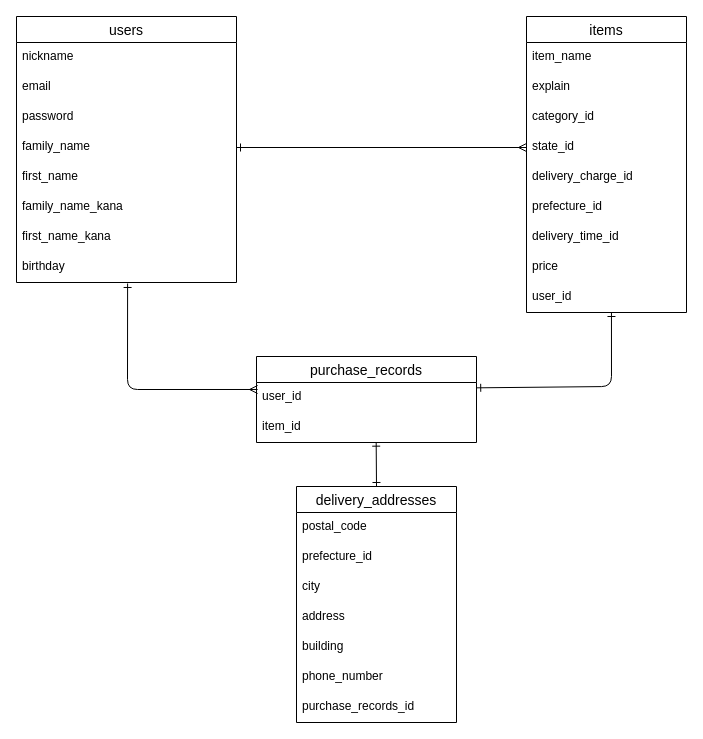
Before: ER.dio in shindo244244/furima-38732, a draw.io diagram. Source tidied: cells renumbered, new cells numbered last; positions are measured from the earlier drawing's top-left corner, leaving out a move shared by most shapes. Both pictures are drawn from the tidied source at 100%, with x=0, y=0 at pixel (16, 16).
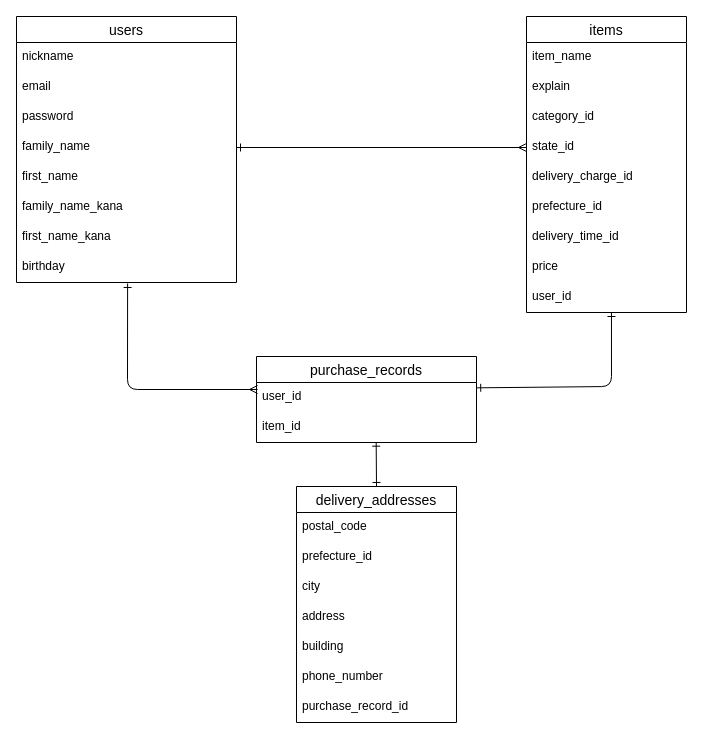
The same diagram, later.

The change refers to these unchanged cells:
```xml
<mxCell id="24" value="delivery_addresses" style="swimlane;fontStyle=0;horizontal=1;startSize=26;align=center;fontSize=14;" parent="1" vertex="1">
  <mxGeometry x="280" y="470" width="160" height="236" as="geometry" />
</mxCell>
```

What changed in the source:
```diff
@@
-    <mxCell id="31" value="purchase_records_id" style="text;strokeColor=none;fillColor=none;spacingLeft=4;spacingRight=4;overflow=hidden;fontSize=12;" parent="24" vertex="1">
+    <mxCell id="31" value="purchase_record_id" style="text;strokeColor=none;fillColor=none;spacingLeft=4;spacingRight=4;overflow=hidden;fontSize=12;" parent="24" vertex="1">
       <mxGeometry y="206" width="160" height="30" as="geometry" />
     </mxCell>
```
